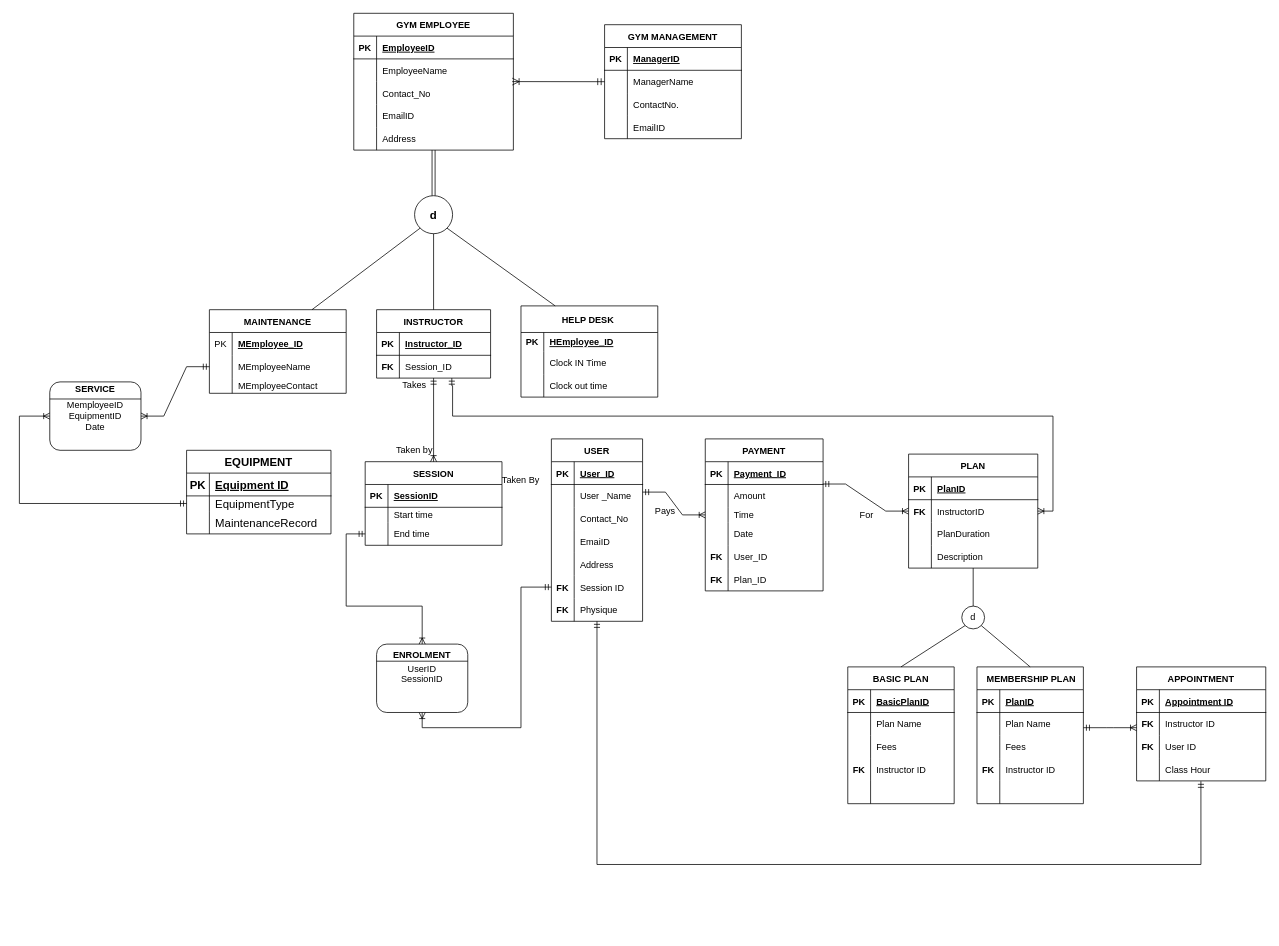
Above: Gym_Management_ERD.drawio in Tharunip/DAMG6210_PROJECT11 (draw.io), before the change. Source tidied: cells renumbered, new cells numbered last; positions are measured from the earlier drawing's top-left corner, leaving out a move shared by most shapes. Both pictures are drawn from the tidied source at 76%, with x=0, y=0 at pixel (19, 13).
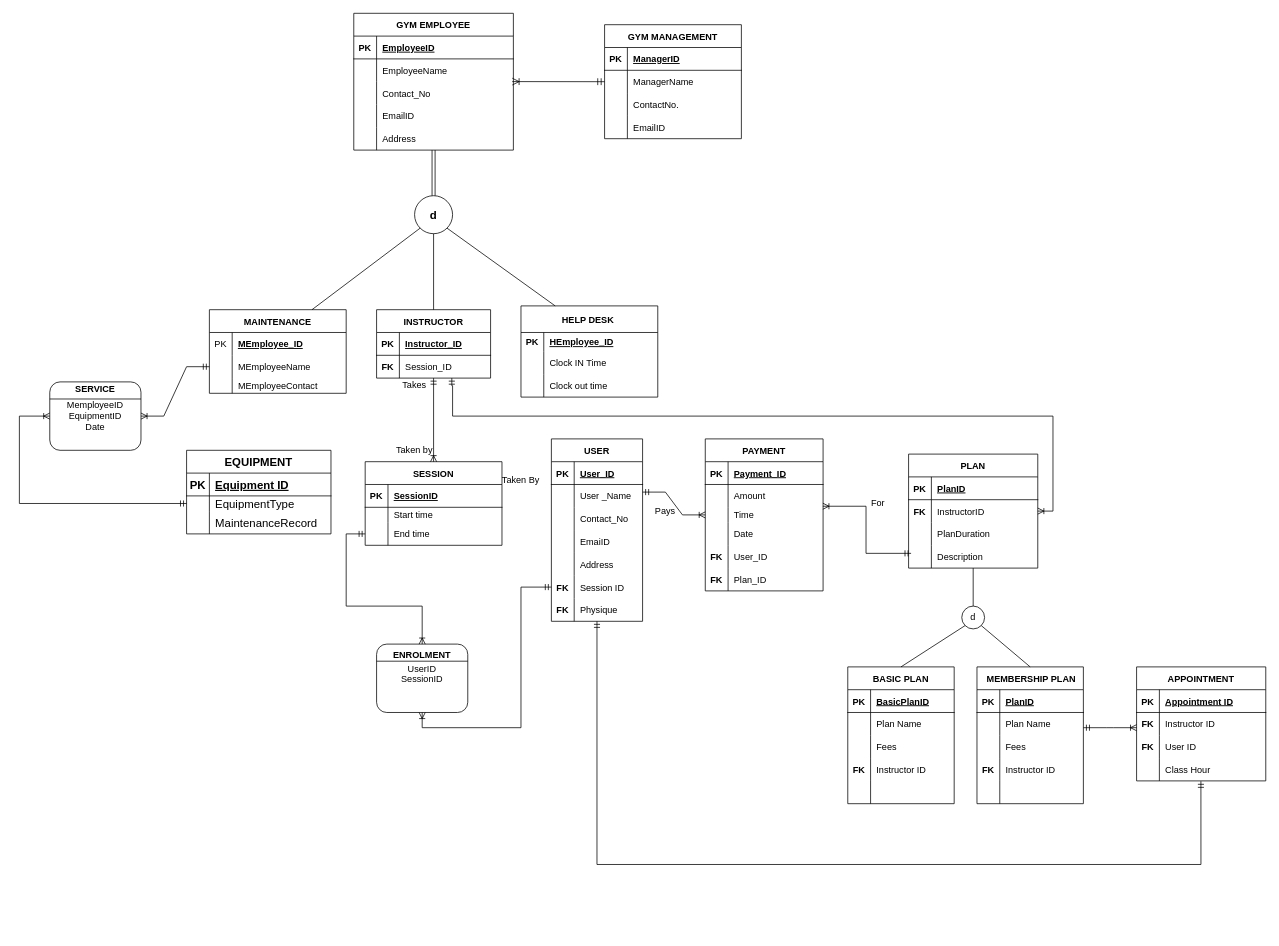
Above is the later version.

The change refers to these unchanged cells:
```xml
<mxCell id="61" style="shape=tableRow;horizontal=0;startSize=0;swimlaneHead=0;swimlaneBody=0;fillColor=none;points=[[0,0.5],[1,0.5]];portConstraint=eastwest;top=0;left=0;right=0;bottom=0;" parent="57" vertex="1">
  <mxGeometry y="60" width="155" height="30" as="geometry" />
</mxCell>
<mxCell id="80" style="shape=tableRow;horizontal=0;startSize=0;swimlaneHead=0;swimlaneBody=0;fillColor=none;points=[[0,0.5],[1,0.5]];portConstraint=eastwest;top=0;left=0;right=0;bottom=0;" parent="76" vertex="1">
  <mxGeometry y="60" width="170" height="30" as="geometry" />
</mxCell>
```

What changed in the source:
```diff
@@
-    <mxCell id="104" style="edgeStyle=entityRelationEdgeStyle;fontSize=12;html=1;endArrow=ERoneToMany;startArrow=ERmandOne;rounded=0;exitX=0.997;exitY=-0.021;exitDx=0;exitDy=0;exitPerimeter=0;" parent="1" edge="1" source="61" target="80">
-      <mxGeometry relative="1" as="geometry" />
+    <mxCell id="104" style="edgeStyle=elbowEdgeStyle;fontSize=12;html=1;endArrow=ERoneToMany;startArrow=ERmandOne;rounded=0;exitX=-0.004;exitY=0.352;exitDx=0;exitDy=0;exitPerimeter=0;entryX=0.972;entryY=-0.068;entryDx=0;entryDy=0;entryPerimeter=0;" parent="1" edge="1">
+      <mxGeometry relative="1" as="geometry">
+        <mxPoint x="1173.3" y="710.6" as="sourcePoint" />
+        <mxPoint x="1057.2" y="648.6" as="targetPoint" />
+        <Array as="points">
+          <mxPoint x="1114" y="710" />
+        </Array>
+      </mxGeometry>
     </mxCell>
@@
     <mxCell id="207" value="For" style="text;html=1;strokeColor=none;fillColor=none;align=center;verticalAlign=middle;whiteSpace=wrap;rounded=0;" parent="1" vertex="1">
-      <mxGeometry x="1085" y="645" width="60" height="30" as="geometry" />
+      <mxGeometry x="1100" y="630" width="60" height="30" as="geometry" />
     </mxCell>
```
